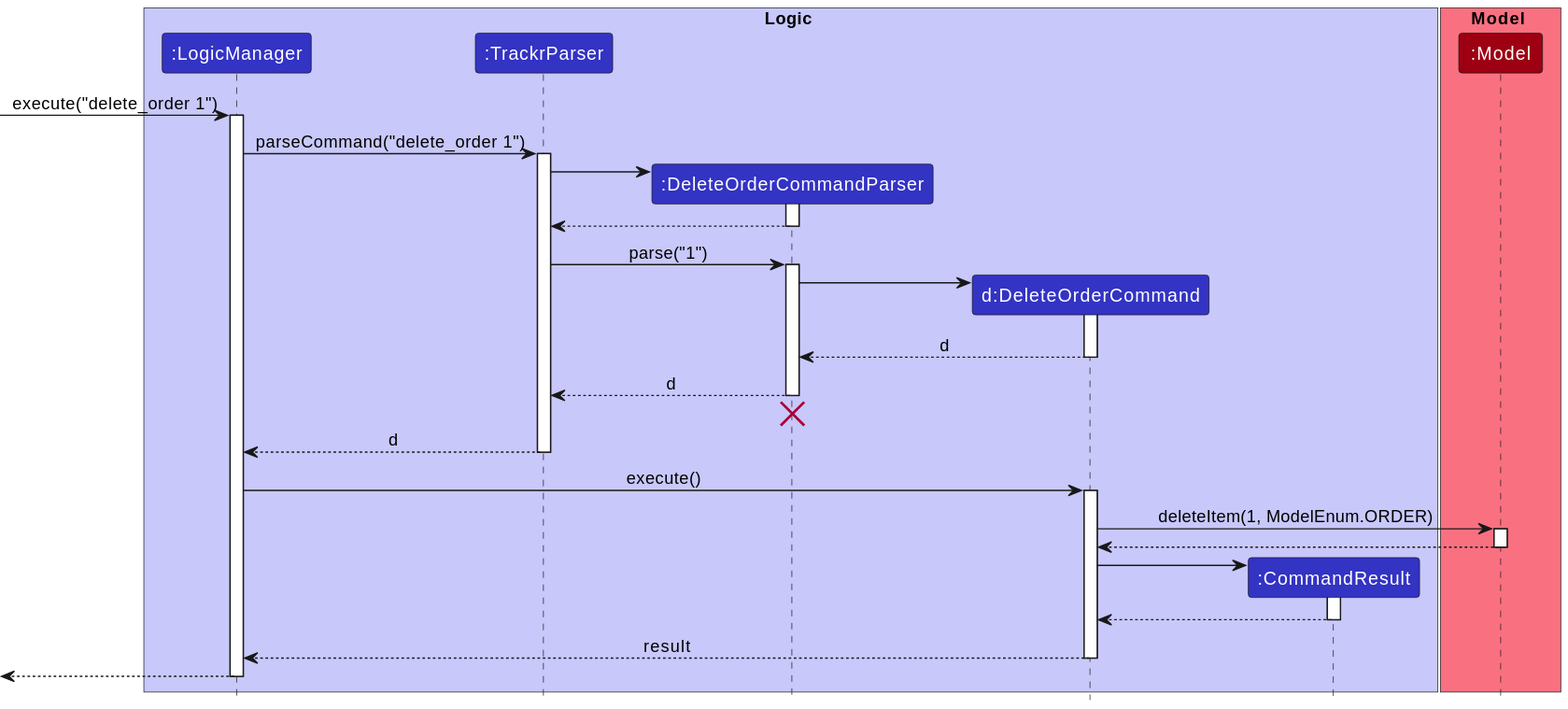
This is docs/images/DeleteSequenceDiagram.svg from nus-cs2103-AY2223S2/tp, a PlantUML export, as it was before one commit. The source it was exported from:
```plantuml
@startuml
!include style.puml

box Logic LOGIC_COLOR_T1
participant ":LogicManager" as LogicManager LOGIC_COLOR
participant ":TrackrParser" as TrackrParser LOGIC_COLOR
participant ":DeleteOrderCommandParser" as DeleteOrderCommandParser LOGIC_COLOR
participant "d:DeleteOrderCommand" as DeleteOrderCommand LOGIC_COLOR
participant ":CommandResult" as CommandResult LOGIC_COLOR
end box

box Model MODEL_COLOR_T1
participant ":Model" as Model MODEL_COLOR
end box

[-> LogicManager : execute("delete_order 1")
activate LogicManager

LogicManager -> TrackrParser : parseCommand("delete_order 1")
activate TrackrParser

create DeleteOrderCommandParser
TrackrParser -> DeleteOrderCommandParser
activate DeleteOrderCommandParser

DeleteOrderCommandParser --> TrackrParser
deactivate DeleteOrderCommandParser

TrackrParser -> DeleteOrderCommandParser : parse("1")
activate DeleteOrderCommandParser

create DeleteOrderCommand
DeleteOrderCommandParser -> DeleteOrderCommand
activate DeleteOrderCommand

DeleteOrderCommand --> DeleteOrderCommandParser : d
deactivate DeleteOrderCommand

DeleteOrderCommandParser --> TrackrParser : d
deactivate DeleteOrderCommandParser
DeleteOrderCommandParser -[hidden]-> TrackrParser
destroy DeleteOrderCommandParser

TrackrParser --> LogicManager : d
deactivate TrackrParser

LogicManager -> DeleteOrderCommand : execute()
activate DeleteOrderCommand

DeleteOrderCommand -> Model : deleteItem(1, ModelEnum.ORDER)
activate Model

Model --> DeleteOrderCommand
deactivate Model

create CommandResult
DeleteOrderCommand -> CommandResult
activate CommandResult

CommandResult --> DeleteOrderCommand
deactivate CommandResult

DeleteOrderCommand --> LogicManager : result
deactivate DeleteOrderCommand

[<--LogicManager
deactivate LogicManager
@enduml
```
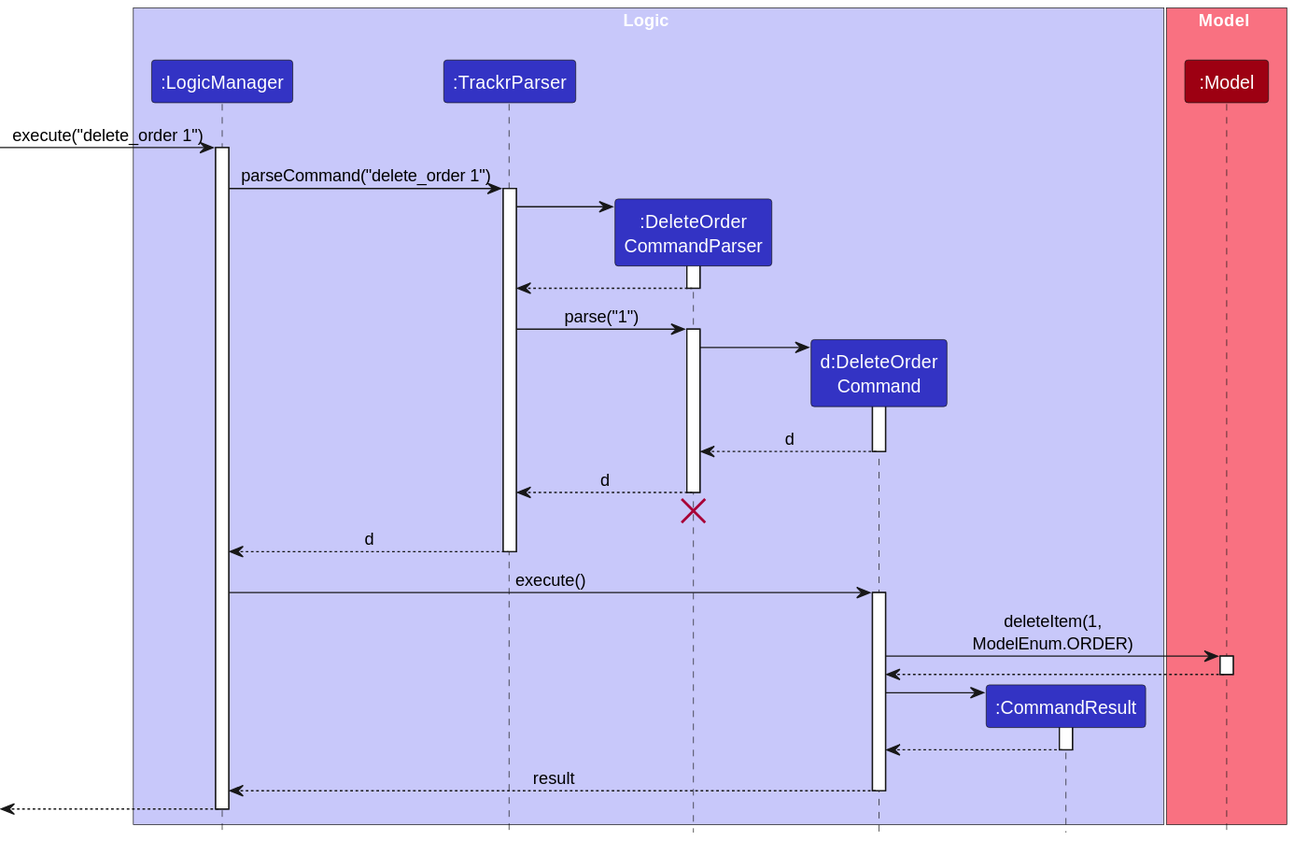
Later version of the same file.

Commit message:
Rotate logic image back Break sequence diagram class

Change to the diagram source:
```diff
@@ -4,8 +4,8 @@
 box Logic LOGIC_COLOR_T1
 participant ":LogicManager" as LogicManager LOGIC_COLOR
 participant ":TrackrParser" as TrackrParser LOGIC_COLOR
-participant ":DeleteOrderCommandParser" as DeleteOrderCommandParser LOGIC_COLOR
-participant "d:DeleteOrderCommand" as DeleteOrderCommand LOGIC_COLOR
+participant ":DeleteOrder\nCommandParser" as DeleteOrderCommandParser LOGIC_COLOR
+participant "d:DeleteOrder\nCommand" as DeleteOrderCommand LOGIC_COLOR
 participant ":CommandResult" as CommandResult LOGIC_COLOR
 end box
 
@@ -47,7 +47,7 @@
 LogicManager -> DeleteOrderCommand : execute()
 activate DeleteOrderCommand
 
-DeleteOrderCommand -> Model : deleteItem(1, ModelEnum.ORDER)
+DeleteOrderCommand -> Model : deleteItem(1,\nModelEnum.ORDER)
 activate Model
 
 Model --> DeleteOrderCommand
```
